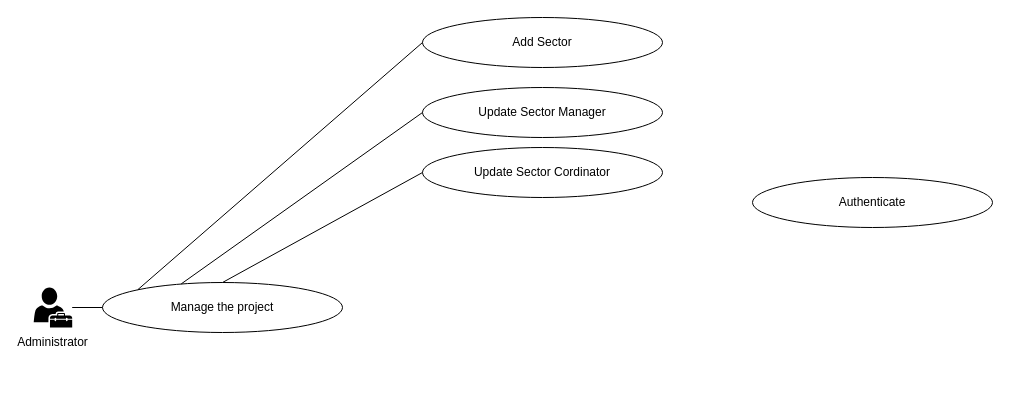
Earlier version of the draw.io diagram Diagramme du cas d’utilisation.drawio (BenHelal/controleMudancas). Source tidied: cells renumbered, new cells numbered last; positions are measured from the earlier drawing's top-left corner, leaving out a move shared by most shapes. Both pictures are drawn from the tidied source at 100%, with x=0, y=0 at pixel (22, 17).
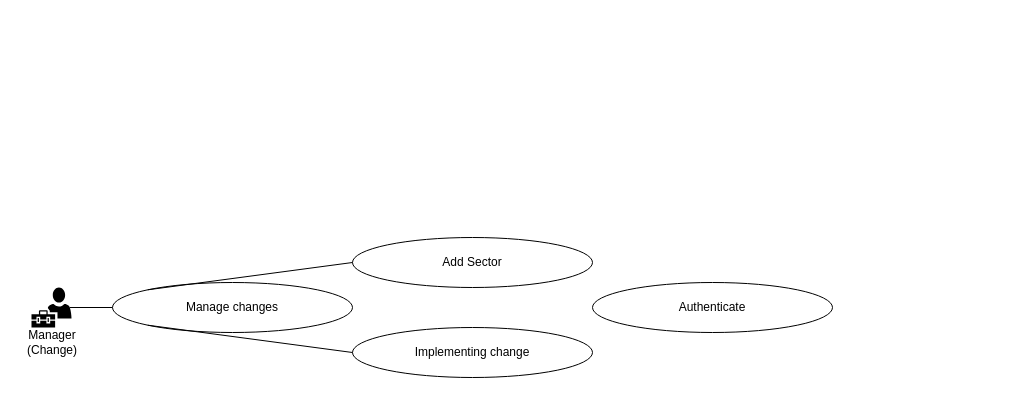
After the change.

Change to the diagram source:
```diff
@@
 <mxGraphModel>
   <root>
     <mxCell id="0" />
     <mxCell id="1" parent="0" />
-    <mxCell id="2" style="sketch=0;shadow=0;dashed=0;html=1;strokeColor=none;fillColor=#000000;labelPosition=center;verticalLabelPosition=bottom;verticalAlign=top;outlineConnect=0;align=center;shape=mxgraph.office.users.tenant_admin;" parent="1" vertex="1">
-      <mxGeometry x="11.2" y="270" width="38.5" height="40" as="geometry" />
-    </mxCell>
-    <mxCell id="3" value="Administrator" style="text;html=1;strokeColor=none;fillColor=none;align=center;verticalAlign=middle;whiteSpace=wrap;rounded=0;" parent="1" vertex="1">
-      <mxGeometry y="310" width="61" height="30" as="geometry" />
-    </mxCell>
-    <mxCell id="4" value="Manage the project" style="ellipse;whiteSpace=wrap;html=1;" parent="1" vertex="1">
-      <mxGeometry x="80" y="265" width="240" height="50" as="geometry" />
+    <mxCell id="4" value="Manage changes" style="ellipse;whiteSpace=wrap;html=1;" parent="1" vertex="1">
+      <mxGeometry x="90" y="265" width="240" height="50" as="geometry" />
     </mxCell>
-    <mxCell id="5" style="endArrow=none;html=1;rounded=0;entryX=0;entryY=0.5;entryDx=0;entryDy=0;" parent="1" edge="1" source="2" target="4">
+    <mxCell id="5" style="endArrow=none;html=1;rounded=0;entryX=0;entryY=0.5;entryDx=0;entryDy=0;exitX=0.96;exitY=0.5;exitDx=0;exitDy=0;exitPerimeter=0;" parent="1" edge="1" source="13" target="4">
       <mxGeometry relative="1" as="geometry" />
     </mxCell>
     <mxCell id="6" value="Authenticate" style="ellipse;whiteSpace=wrap;html=1;" parent="1" vertex="1">
-      <mxGeometry x="730" y="160" width="240" height="50" as="geometry" />
+      <mxGeometry x="570" y="265" width="240" height="50" as="geometry" />
     </mxCell>
     <mxCell id="7" value="Add Sector" style="ellipse;whiteSpace=wrap;html=1;" parent="1" vertex="1">
-      <mxGeometry x="400" width="240" height="50" as="geometry" />
+      <mxGeometry x="330" y="220" width="240" height="50" as="geometry" />
     </mxCell>
     <mxCell id="8" style="endArrow=none;html=1;rounded=0;entryX=0;entryY=0.5;entryDx=0;entryDy=0;exitX=0;exitY=0;exitDx=0;exitDy=0;" parent="1" edge="1" source="4" target="7">
       <mxGeometry relative="1" as="geometry" />
     </mxCell>
-    <mxCell id="9" value="Update Sector Manager" style="ellipse;whiteSpace=wrap;html=1;" parent="1" vertex="1">
-      <mxGeometry x="400" y="70" width="240" height="50" as="geometry" />
+    <mxCell id="9" value="Implementing change" style="ellipse;whiteSpace=wrap;html=1;" parent="1" vertex="1">
+      <mxGeometry x="330" y="310" width="240" height="50" as="geometry" />
     </mxCell>
-    <mxCell id="10" style="endArrow=none;html=1;rounded=0;entryX=0;entryY=0.5;entryDx=0;entryDy=0;exitX=0.328;exitY=0.028;exitDx=0;exitDy=0;exitPerimeter=0;" parent="1" edge="1" source="4" target="9">
+    <mxCell id="10" style="endArrow=none;html=1;rounded=0;entryX=0;entryY=0.5;entryDx=0;entryDy=0;exitX=0;exitY=1;exitDx=0;exitDy=0;" parent="1" edge="1" source="4" target="9">
       <mxGeometry relative="1" as="geometry" />
     </mxCell>
-    <mxCell id="11" value="Update Sector Cordinator" style="ellipse;whiteSpace=wrap;html=1;" parent="1" vertex="1">
-      <mxGeometry x="400" y="130" width="240" height="50" as="geometry" />
-    </mxCell>
-    <mxCell id="12" style="endArrow=none;html=1;rounded=0;entryX=0;entryY=0.5;entryDx=0;entryDy=0;exitX=0.5;exitY=0;exitDx=0;exitDy=0;" parent="1" edge="1" source="4" target="11">
-      <mxGeometry relative="1" as="geometry" />
-    </mxCell>
+    <mxCell id="13" style="sketch=0;shadow=0;dashed=0;html=1;strokeColor=none;labelPosition=center;verticalLabelPosition=bottom;verticalAlign=top;align=center;fillColor=#000000;shape=mxgraph.mscae.intune.user_management;" parent="1" vertex="1">
+      <mxGeometry x="9" y="270" width="40" height="40" as="geometry" />
+    </mxCell>
+    <mxCell id="14" value="Manager (Change)" style="text;html=1;strokeColor=none;fillColor=none;align=center;verticalAlign=middle;whiteSpace=wrap;rounded=0;" parent="1" vertex="1">
+      <mxGeometry y="310" width="60" height="30" as="geometry" />
+    </mxCell>
   </root>
 </mxGraphModel>
```
